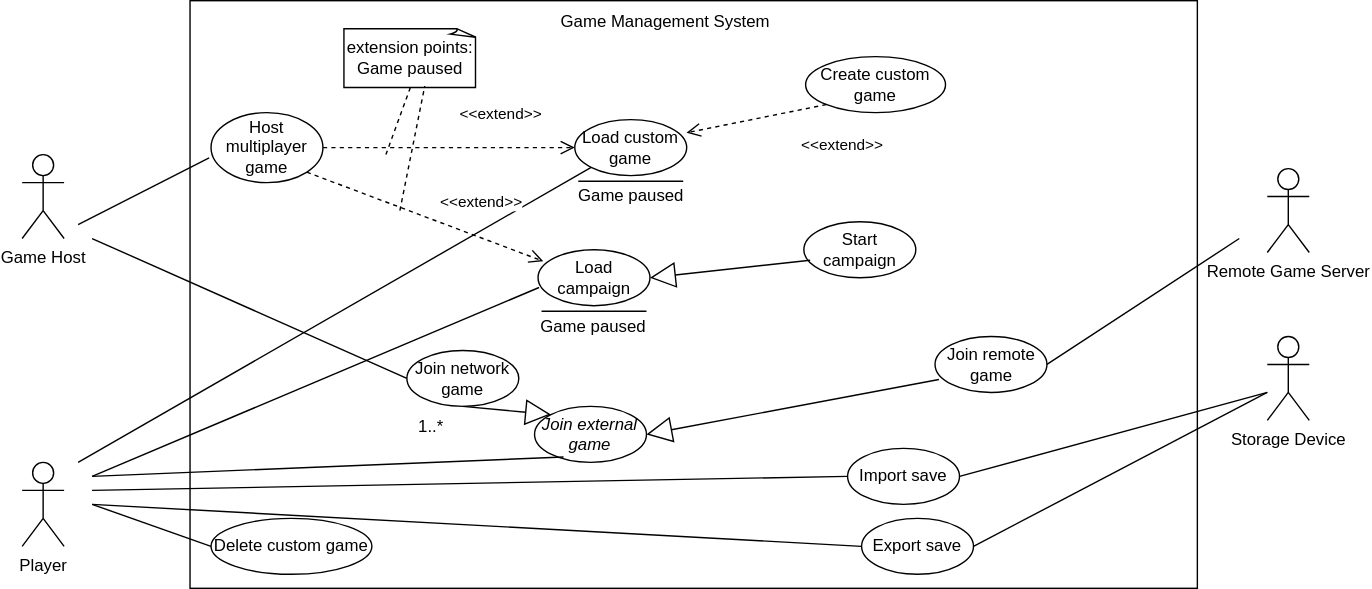
Before: SE202526/Milestone2/UseCases/DiogoAntunes/Assets/UseCaseDiagramGameManagementSystem.svg, a diagram exported from draw.io (gabits17/Mindustry-Add-ons-SE-Project). Source tidied: cells renumbered, new cells last; positions are measured from the earlier drawing's top-left corner, leaving out a move shared by most shapes.
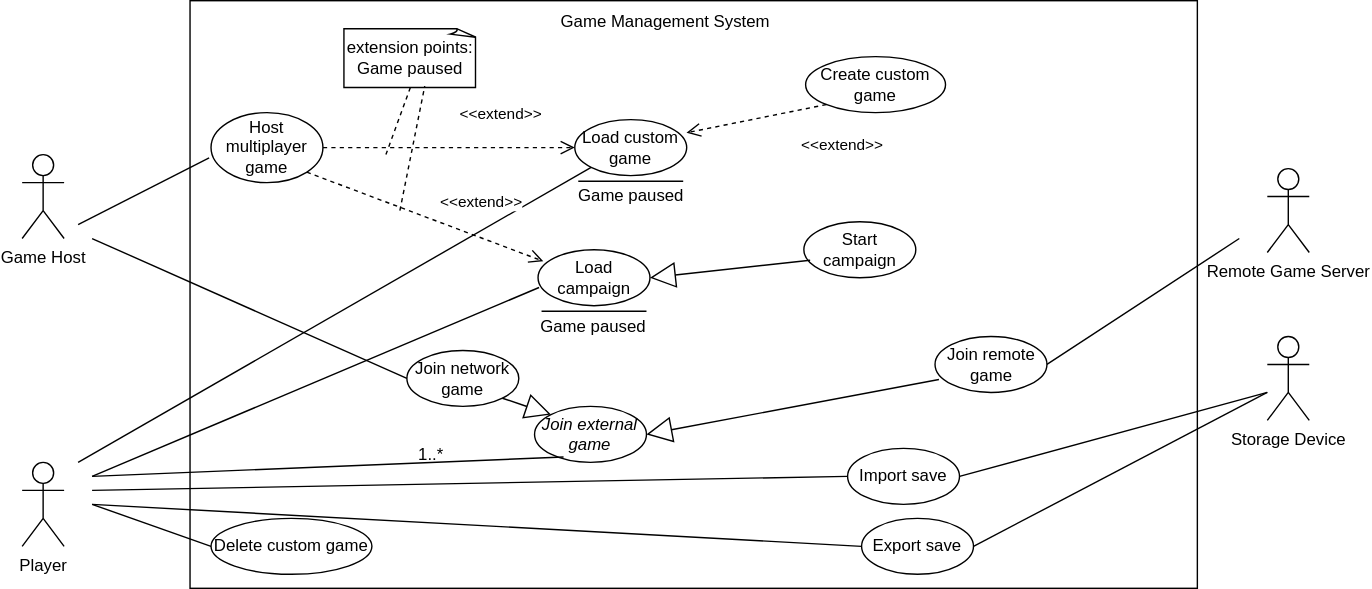
Later version of the same file.

Commit message:
Diogo Antunes 67763: slight diagram change for clarity

What changed in the source:
```diff
@@ -112,7 +112,7 @@
         <mxPoint x="50" y="170" as="sourcePoint" />
       </mxGeometry>
     </mxCell>
-    <mxCell id="32" style="endArrow=block;endSize=16;endFill=0;html=1;rounded=0;exitX=0.5;exitY=1;exitDx=0;exitDy=0;entryX=0;entryY=0;entryDx=0;entryDy=0;" parent="1" edge="1" source="29" target="27">
+    <mxCell id="32" style="endArrow=block;endSize=16;endFill=0;html=1;rounded=0;exitX=1;exitY=1;exitDx=0;exitDy=0;entryX=0;entryY=0;entryDx=0;entryDy=0;" parent="1" edge="1" source="29" target="27">
       <mxGeometry relative="1" as="geometry" />
     </mxCell>
     <mxCell id="33" style="endArrow=block;endSize=16;endFill=0;html=1;rounded=0;exitX=0.035;exitY=0.769;exitDx=0;exitDy=0;entryX=1;entryY=0.5;entryDx=0;entryDy=0;exitPerimeter=0;" parent="1" edge="1" source="30" target="27">
@@ -127,7 +127,7 @@
       <mxGeometry x="890" y="120" width="30" height="60" as="geometry" />
     </mxCell>
     <mxCell id="36" value="1..*" style="text;html=1;whiteSpace=wrap;strokeColor=none;fillColor=none;align=center;verticalAlign=middle;rounded=0;" parent="1" vertex="1">
-      <mxGeometry x="275" y="290" width="35" height="30" as="geometry" />
+      <mxGeometry x="275" y="310" width="35" height="30" as="geometry" />
     </mxCell>
     <mxCell id="37" value="Create custom game" style="ellipse;whiteSpace=wrap;html=1;" parent="1" vertex="1">
       <mxGeometry x="560" y="40" width="100" height="40" as="geometry" />
```
